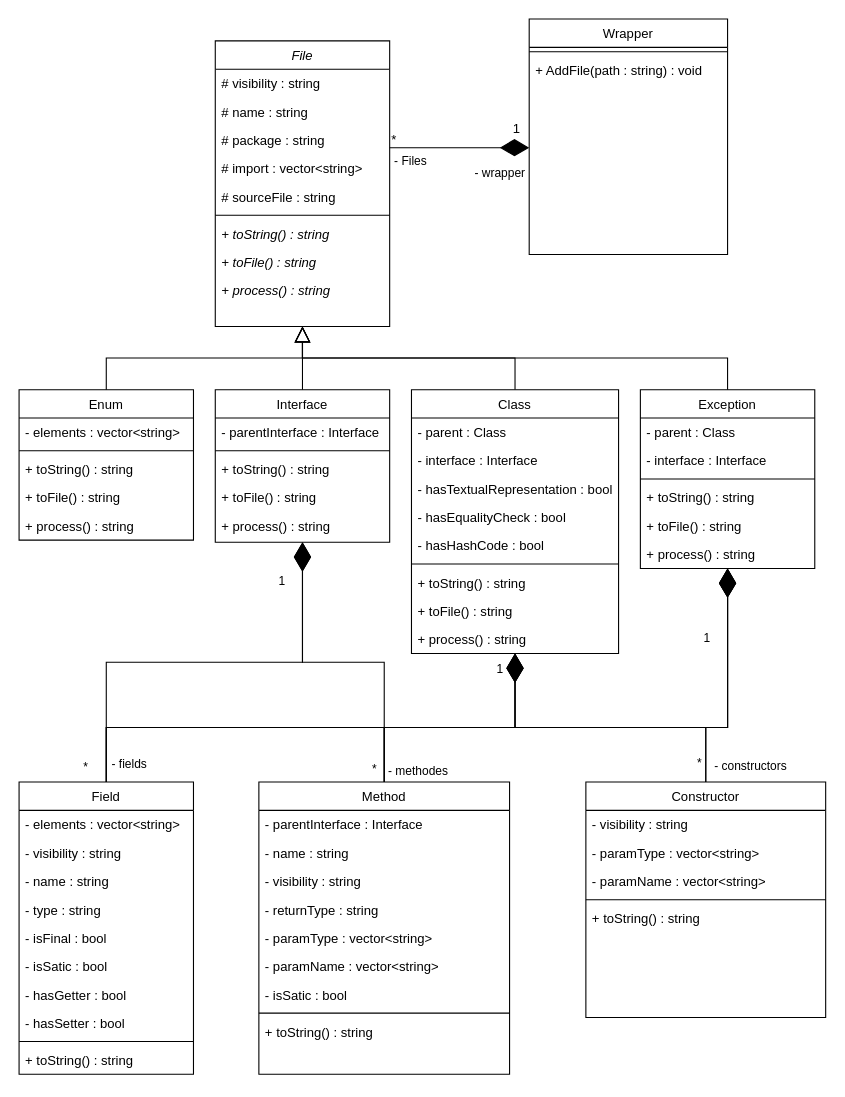
This is javaDestructorizer.drawio from metalg091/javaDestructurizer, a draw.io file, before an edit. Source tidied: cells renumbered, new cells numbered last; positions are measured from the earlier drawing's top-left corner, leaving out a move shared by most shapes. Both pictures are drawn from the tidied source at 109%, with x=0, y=0 at pixel (19, 19).
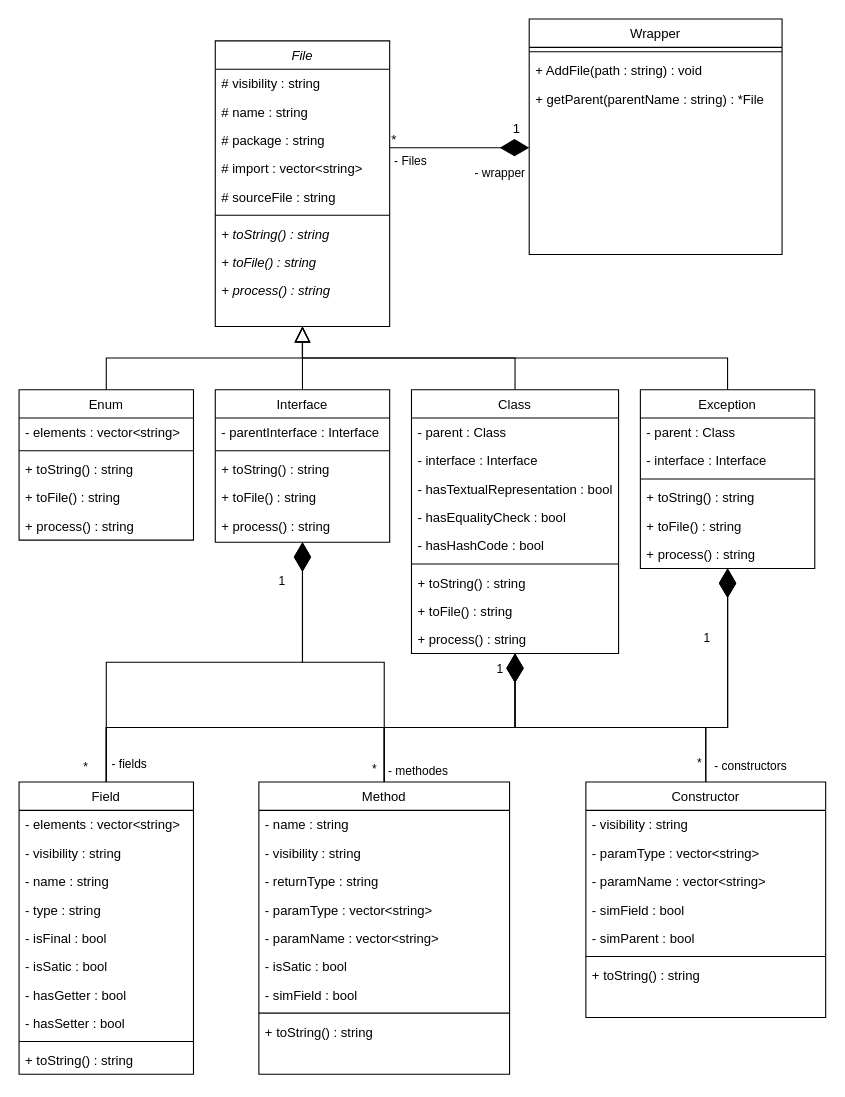
After the change.

The change refers to these unchanged cells:
```xml
<mxCell id="56" value="Method" style="swimlane;fontStyle=0;align=center;verticalAlign=top;horizontal=1;startSize=26;rounded=0;shadow=0;strokeWidth=1;" parent="1" vertex="1">
  <mxGeometry x="220" y="700" width="230" height="268" as="geometry" />
</mxCell>
<mxCell id="66" value="Constructor" style="swimlane;fontStyle=0;align=center;verticalAlign=top;horizontal=1;startSize=26;rounded=0;shadow=0;strokeWidth=1;" parent="1" vertex="1">
  <mxGeometry x="520" y="700" width="220" height="216" as="geometry" />
</mxCell>
```

The edit, as a diff of the source:
```diff
@@
     <mxCell id="26" value="Wrapper&#10;" style="swimlane;fontStyle=0;align=center;verticalAlign=top;horizontal=1;startSize=26;rounded=0;shadow=0;strokeWidth=1;" parent="1" vertex="1">
-      <mxGeometry x="468" width="182" height="216" as="geometry" />
+      <mxGeometry x="468" width="232" height="216" as="geometry" />
     </mxCell>
     <mxCell id="27" style="line;html=1;strokeWidth=1;align=left;verticalAlign=middle;spacingTop=-1;spacingLeft=3;spacingRight=3;labelPosition=right;" parent="26" vertex="1">
-      <mxGeometry y="26" width="182" height="8" as="geometry" />
+      <mxGeometry y="26" width="232" height="8" as="geometry" />
     </mxCell>
     <mxCell id="28" value="+ AddFile(path : string) : void" style="text;align=left;verticalAlign=top;spacingLeft=4;spacingRight=4;overflow=hidden;" parent="26" vertex="1">
-      <mxGeometry y="34" width="182" height="26" as="geometry" />
+      <mxGeometry y="34" width="232" height="26" as="geometry" />
     </mxCell>
+    <mxCell id="97" value="+ getParent(parentName : string) : *File" style="text;align=left;verticalAlign=top;spacingLeft=4;spacingRight=4;overflow=hidden;" parent="26" vertex="1">
+      <mxGeometry y="60" width="232" height="26" as="geometry" />
+    </mxCell>
@@
-    <mxCell id="57" value="- parentInterface : Interface" style="text;align=left;verticalAlign=top;spacingLeft=4;spacingRight=4;overflow=hidden;" parent="56" vertex="1">
-      <mxGeometry y="26" width="230" height="26" as="geometry" />
-    </mxCell>
     <mxCell id="58" value="- name : string" style="text;align=left;verticalAlign=top;spacingLeft=4;spacingRight=4;overflow=hidden;rounded=0;shadow=0;html=0;" parent="56" vertex="1">
-      <mxGeometry y="52" width="230" height="26" as="geometry" />
+      <mxGeometry y="26" width="230" height="26" as="geometry" />
     </mxCell>
     <mxCell id="59" value="- visibility : string" style="text;align=left;verticalAlign=top;spacingLeft=4;spacingRight=4;overflow=hidden;" parent="56" vertex="1">
-      <mxGeometry y="78" width="230" height="26" as="geometry" />
+      <mxGeometry y="52" width="230" height="26" as="geometry" />
     </mxCell>
     <mxCell id="60" value="- returnType : string" style="text;align=left;verticalAlign=top;spacingLeft=4;spacingRight=4;overflow=hidden;" parent="56" vertex="1">
-      <mxGeometry y="104" width="230" height="26" as="geometry" />
+      <mxGeometry y="78" width="230" height="26" as="geometry" />
     </mxCell>
     <mxCell id="61" value="- paramType : vector&lt;string&gt;" style="text;align=left;verticalAlign=top;spacingLeft=4;spacingRight=4;overflow=hidden;" parent="56" vertex="1">
-      <mxGeometry y="130" width="230" height="26" as="geometry" />
+      <mxGeometry y="104" width="230" height="26" as="geometry" />
     </mxCell>
     <mxCell id="62" value="- paramName : vector&lt;string&gt;" style="text;align=left;verticalAlign=top;spacingLeft=4;spacingRight=4;overflow=hidden;" parent="56" vertex="1">
-      <mxGeometry y="156" width="230" height="26" as="geometry" />
+      <mxGeometry y="130" width="230" height="26" as="geometry" />
     </mxCell>
     <mxCell id="63" value="- isSatic : bool" style="text;align=left;verticalAlign=top;spacingLeft=4;spacingRight=4;overflow=hidden;rounded=0;shadow=0;html=0;" parent="56" vertex="1">
-      <mxGeometry y="182" width="230" height="26" as="geometry" />
+      <mxGeometry y="156" width="230" height="26" as="geometry" />
     </mxCell>
+    <mxCell id="98" value="- simField : bool" style="text;align=left;verticalAlign=top;spacingLeft=4;spacingRight=4;overflow=hidden;rounded=0;shadow=0;html=0;" parent="56" vertex="1">
+      <mxGeometry y="182" width="230" height="26" as="geometry" />
+    </mxCell>
@@
+    <mxCell id="99" value="- simField : bool" style="text;align=left;verticalAlign=top;spacingLeft=4;spacingRight=4;overflow=hidden;rounded=0;shadow=0;html=0;" parent="66" vertex="1">
+      <mxGeometry y="104" width="220" height="26" as="geometry" />
+    </mxCell>
+    <mxCell id="100" value="- simParent : bool" style="text;align=left;verticalAlign=top;spacingLeft=4;spacingRight=4;overflow=hidden;rounded=0;shadow=0;html=0;" parent="66" vertex="1">
+      <mxGeometry y="130" width="220" height="26" as="geometry" />
+    </mxCell>
     <mxCell id="70" style="line;html=1;strokeWidth=1;align=left;verticalAlign=middle;spacingTop=-1;spacingLeft=3;spacingRight=3;labelPosition=right;" parent="66" vertex="1">
-      <mxGeometry y="104" width="220" height="8" as="geometry" />
+      <mxGeometry y="156" width="220" height="8" as="geometry" />
     </mxCell>
     <mxCell id="71" value="+ toString() : string" style="text;align=left;verticalAlign=top;spacingLeft=4;spacingRight=4;overflow=hidden;fontStyle=0;" parent="66" vertex="1">
-      <mxGeometry y="112" width="220" height="26" as="geometry" />
+      <mxGeometry y="164" width="220" height="26" as="geometry" />
     </mxCell>
```
